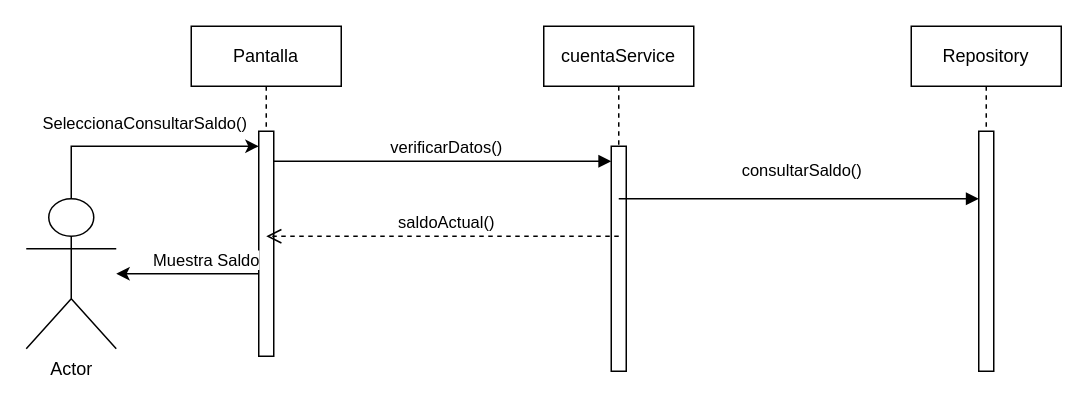
x0Nico/Ejercicios-de-Estudio keeps this draw.io diagram as page "ConsultarSaldo" (1 of 11) of Diagrama sin título.drawio. Above is the earlier version. Source tidied: cells renumbered, new cells numbered last; positions are measured from the earlier drawing's top-left corner, leaving out a move shared by most shapes. Both pictures are drawn from the tidied source at 150%, with x=0, y=0 at pixel (26, 26).
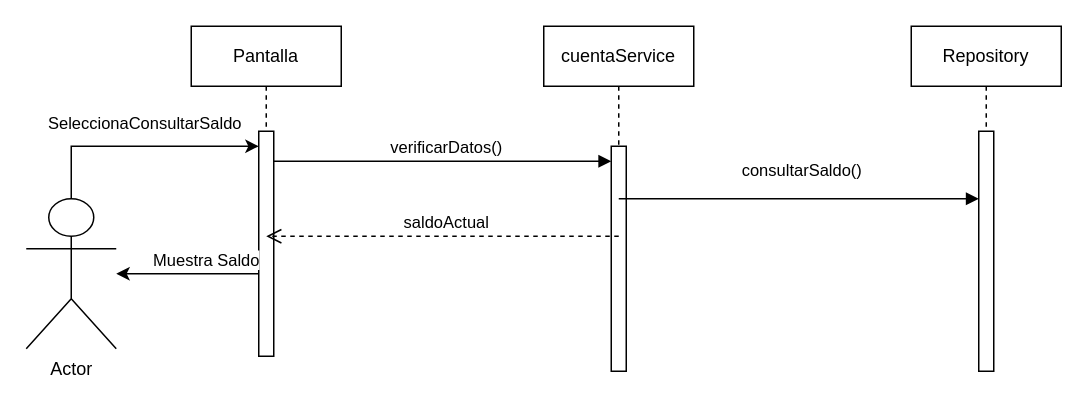
The same diagram, later.

The change refers to these unchanged cells:
```xml
<mxCell id="3" style="html=1;points=[];perimeter=orthogonalPerimeter;outlineConnect=0;targetShapes=umlLifeline;portConstraint=eastwest;newEdgeStyle={&quot;edgeStyle&quot;:&quot;elbowEdgeStyle&quot;,&quot;elbow&quot;:&quot;vertical&quot;,&quot;curved&quot;:0,&quot;rounded&quot;:0};" parent="2" vertex="1">
  <mxGeometry x="45" y="70" width="10" height="150" as="geometry" />
</mxCell>
<mxCell id="10" value="Actor" style="shape=umlActor;verticalLabelPosition=bottom;verticalAlign=top;html=1;outlineConnect=0;" parent="1" vertex="1">
  <mxGeometry y="115" width="60" height="100" as="geometry" />
</mxCell>
```

Change to the diagram source:
```diff
@@
-    <mxCell id="9" value="SeleccionaConsultarSaldo()" style="edgeStyle=orthogonalEdgeStyle;rounded=0;jettySize=auto;html=1;" parent="1" edge="1" source="10" target="3">
+    <mxCell id="9" value="SeleccionaConsultarSaldo" style="edgeStyle=orthogonalEdgeStyle;rounded=0;jettySize=auto;html=1;" parent="1" edge="1" source="10" target="3">
       <mxGeometry x="0.05" y="15" relative="1" as="geometry">
         <Array as="points">
           <mxPoint x="30" y="80" />
         </Array>
       </mxGeometry>
     </mxCell>
@@
-    <mxCell id="12" value="saldoActual()" style="html=1;verticalAlign=bottom;endArrow=open;dashed=1;endSize=8;curved=0;rounded=0;" parent="1" edge="1">
+    <mxCell id="12" value="saldoActual" style="html=1;verticalAlign=bottom;endArrow=open;dashed=1;endSize=8;curved=0;rounded=0;" parent="1" edge="1">
       <mxGeometry x="-0.02" relative="1" as="geometry">
         <mxPoint x="395" y="140" as="sourcePoint" />
         <mxPoint x="160" y="140" as="targetPoint" />
         <Array as="points">
           <mxPoint x="340" y="140" />
         </Array>
       </mxGeometry>
     </mxCell>
```
